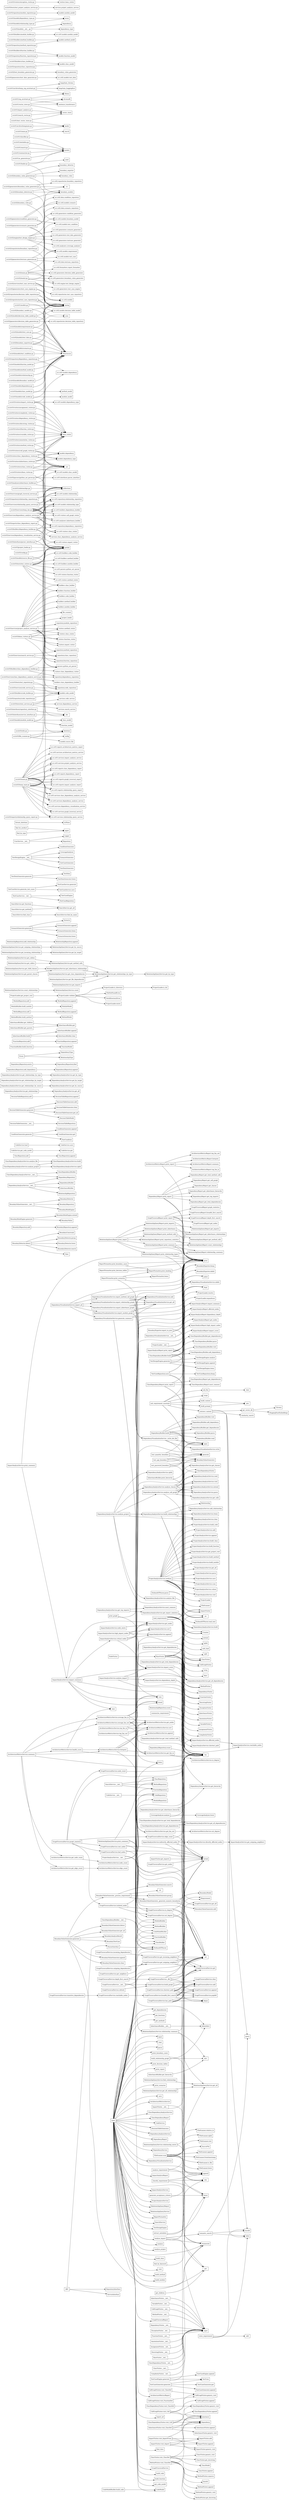
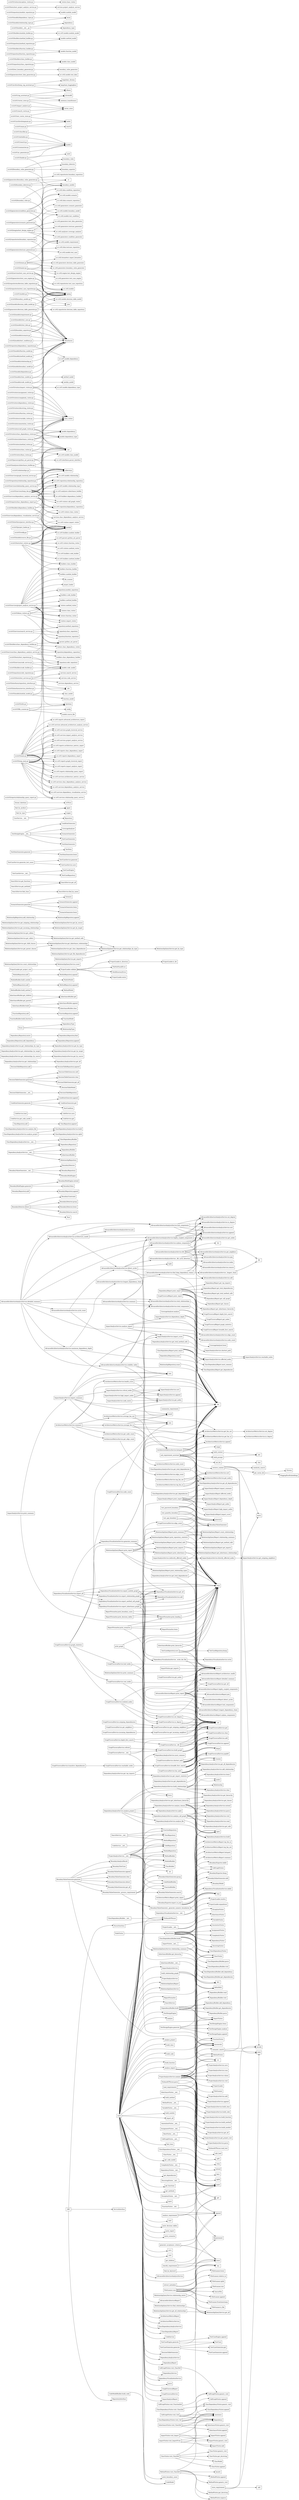
digraph "Relationship Graph" {
    rankdir=LR;
    node [shape=box];

    "ABC" -> "ParserInterface";
    "ABC" -> "RepositoryInterface";
    "ABC" -> "ServiceInterface";
+     "AdvancedArchitectureAnalysisService._dfs_cycle_detection" -> "AdvancedArchitectureAnalysisService.add";
+     "AdvancedArchitectureAnalysisService._dfs_cycle_detection" -> "AdvancedArchitectureAnalysisService.append";
+     "AdvancedArchitectureAnalysisService._dfs_cycle_detection" -> "AdvancedArchitectureAnalysisService.get_neighbors";
+     "AdvancedArchitectureAnalysisService._dfs_cycle_detection" -> "AdvancedArchitectureAnalysisService.index";
+     "AdvancedArchitectureAnalysisService._dfs_cycle_detection" -> "AdvancedArchitectureAnalysisService.pop";
+     "AdvancedArchitectureAnalysisService._dfs_cycle_detection" -> "AdvancedArchitectureAnalysisService.remove";
+     "AdvancedArchitectureAnalysisService._longest_chain" -> "dfs";
+     "AdvancedArchitectureAnalysisService.architecture_smells" -> "AdvancedArchitectureAnalysisService.append";
+     "AdvancedArchitectureAnalysisService.architecture_smells" -> "AdvancedArchitectureAnalysisService.detect_cycles";
+     "AdvancedArchitectureAnalysisService.architecture_smells" -> "AdvancedArchitectureAnalysisService.highly_coupled_components";
+     "AdvancedArchitectureAnalysisService.architecture_smells" -> "AdvancedArchitectureAnalysisService.hub_components";
+     "AdvancedArchitectureAnalysisService.architecture_smells" -> "AdvancedArchitectureAnalysisService.join";
+     "AdvancedArchitectureAnalysisService.cycle_count" -> "AdvancedArchitectureAnalysisService.detect_cycles";
+     "AdvancedArchitectureAnalysisService.cycle_count" -> "len";
+     "AdvancedArchitectureAnalysisService.detailed_summary" -> "AdvancedArchitectureAnalysisService.architecture_smells";
+     "AdvancedArchitectureAnalysisService.detailed_summary" -> "AdvancedArchitectureAnalysisService.cycle_count";
+     "AdvancedArchitectureAnalysisService.detailed_summary" -> "AdvancedArchitectureAnalysisService.highly_coupled_components";
+     "AdvancedArchitectureAnalysisService.detailed_summary" -> "AdvancedArchitectureAnalysisService.hub_components";
+     "AdvancedArchitectureAnalysisService.detailed_summary" -> "AdvancedArchitectureAnalysisService.maximum_dependency_depth";
+     "AdvancedArchitectureAnalysisService.detailed_summary" -> "AdvancedArchitectureAnalysisService.orphan_components";
+     "AdvancedArchitectureAnalysisService.detailed_summary" -> "AdvancedArchitectureAnalysisService.stability_index";
+     "AdvancedArchitectureAnalysisService.detailed_summary" -> "AdvancedArchitectureAnalysisService.total_components";
+     "AdvancedArchitectureAnalysisService.detailed_summary" -> "AdvancedArchitectureAnalysisService.total_relationships";
+     "AdvancedArchitectureAnalysisService.detailed_summary" -> "len";
+     "AdvancedArchitectureAnalysisService.detect_cycles" -> "AdvancedArchitectureAnalysisService._dfs_cycle_detection";
+     "AdvancedArchitectureAnalysisService.detect_cycles" -> "AdvancedArchitectureAnalysisService.add";
+     "AdvancedArchitectureAnalysisService.detect_cycles" -> "AdvancedArchitectureAnalysisService.append";
+     "AdvancedArchitectureAnalysisService.detect_cycles" -> "AdvancedArchitectureAnalysisService.get_nodes";
+     "AdvancedArchitectureAnalysisService.detect_cycles" -> "set";
+     "AdvancedArchitectureAnalysisService.detect_cycles" -> "sorted";
+     "AdvancedArchitectureAnalysisService.detect_cycles" -> "tuple";
+     "AdvancedArchitectureAnalysisService.dfs" -> "AdvancedArchitectureAnalysisService.append";
+     "AdvancedArchitectureAnalysisService.dfs" -> "AdvancedArchitectureAnalysisService.get_neighbors";
+     "AdvancedArchitectureAnalysisService.dfs" -> "AdvancedArchitectureAnalysisService.pop";
+     "AdvancedArchitectureAnalysisService.dfs" -> "dfs";
+     "AdvancedArchitectureAnalysisService.dfs" -> "len";
+     "AdvancedArchitectureAnalysisService.dfs" -> "list";
+     "AdvancedArchitectureAnalysisService.find_deep_dependency_chains" -> "AdvancedArchitectureAnalysisService._longest_chain";
+     "AdvancedArchitectureAnalysisService.find_deep_dependency_chains" -> "AdvancedArchitectureAnalysisService.append";
+     "AdvancedArchitectureAnalysisService.find_deep_dependency_chains" -> "AdvancedArchitectureAnalysisService.get_nodes";
+     "AdvancedArchitectureAnalysisService.find_deep_dependency_chains" -> "AdvancedArchitectureAnalysisService.sort";
+     "AdvancedArchitectureAnalysisService.find_deep_dependency_chains" -> "len";
+     "AdvancedArchitectureAnalysisService.highly_coupled_components" -> "AdvancedArchitectureAnalysisService.append";
+     "AdvancedArchitectureAnalysisService.highly_coupled_components" -> "AdvancedArchitectureAnalysisService.get_nodes";
+     "AdvancedArchitectureAnalysisService.highly_coupled_components" -> "AdvancedArchitectureAnalysisService.in_degree";
+     "AdvancedArchitectureAnalysisService.highly_coupled_components" -> "AdvancedArchitectureAnalysisService.out_degree";
+     "AdvancedArchitectureAnalysisService.highly_coupled_components" -> "AdvancedArchitectureAnalysisService.sort";
+     "AdvancedArchitectureAnalysisService.hub_components" -> "AdvancedArchitectureAnalysisService.append";
+     "AdvancedArchitectureAnalysisService.hub_components" -> "AdvancedArchitectureAnalysisService.get_nodes";
+     "AdvancedArchitectureAnalysisService.hub_components" -> "AdvancedArchitectureAnalysisService.in_degree";
+     "AdvancedArchitectureAnalysisService.hub_components" -> "AdvancedArchitectureAnalysisService.out_degree";
+     "AdvancedArchitectureAnalysisService.hub_components" -> "AdvancedArchitectureAnalysisService.sort";
+     "AdvancedArchitectureAnalysisService.longest_dependency_chain" -> "AdvancedArchitectureAnalysisService.find_deep_dependency_chains";
+     "AdvancedArchitectureAnalysisService.maximum_dependency_depth" -> "AdvancedArchitectureAnalysisService.longest_dependency_chain";
+     "AdvancedArchitectureAnalysisService.maximum_dependency_depth" -> "len";
+     "AdvancedArchitectureAnalysisService.maximum_dependency_depth" -> "max";
+     "AdvancedArchitectureAnalysisService.orphan_components" -> "AdvancedArchitectureAnalysisService.append";
+     "AdvancedArchitectureAnalysisService.orphan_components" -> "AdvancedArchitectureAnalysisService.get_nodes";
+     "AdvancedArchitectureAnalysisService.orphan_components" -> "AdvancedArchitectureAnalysisService.in_degree";
+     "AdvancedArchitectureAnalysisService.orphan_components" -> "AdvancedArchitectureAnalysisService.out_degree";
+     "AdvancedArchitectureAnalysisService.orphan_components" -> "sorted";
+     "AdvancedArchitectureAnalysisService.stability_index" -> "AdvancedArchitectureAnalysisService.highly_coupled_components";
+     "AdvancedArchitectureAnalysisService.stability_index" -> "AdvancedArchitectureAnalysisService.total_components";
+     "AdvancedArchitectureAnalysisService.stability_index" -> "len";
+     "AdvancedArchitectureAnalysisService.stability_index" -> "max";
+     "AdvancedArchitectureAnalysisService.stability_index" -> "round";
+     "AdvancedArchitectureAnalysisService.summary" -> "AdvancedArchitectureAnalysisService.highly_coupled_components";
+     "AdvancedArchitectureAnalysisService.summary" -> "AdvancedArchitectureAnalysisService.orphan_components";
+     "AdvancedArchitectureAnalysisService.summary" -> "AdvancedArchitectureAnalysisService.total_components";
+     "AdvancedArchitectureAnalysisService.summary" -> "AdvancedArchitectureAnalysisService.total_relationships";
+     "AdvancedArchitectureAnalysisService.summary" -> "len";
+     "AdvancedArchitectureAnalysisService.total_components" -> "AdvancedArchitectureAnalysisService.node_count";
+     "AdvancedArchitectureAnalysisService.total_relationships" -> "AdvancedArchitectureAnalysisService.edge_count";
+     "AdvancedArchitectureReport.print_report" -> "AdvancedArchitectureReport.architecture_smells";
+     "AdvancedArchitectureReport.print_report" -> "AdvancedArchitectureReport.detailed_summary";
+     "AdvancedArchitectureReport.print_report" -> "AdvancedArchitectureReport.detect_cycles";
+     "AdvancedArchitectureReport.print_report" -> "AdvancedArchitectureReport.highly_coupled_components";
+     "AdvancedArchitectureReport.print_report" -> "AdvancedArchitectureReport.hub_components";
+     "AdvancedArchitectureReport.print_report" -> "AdvancedArchitectureReport.join";
+     "AdvancedArchitectureReport.print_report" -> "AdvancedArchitectureReport.longest_dependency_chain";
+     "AdvancedArchitectureReport.print_report" -> "AdvancedArchitectureReport.orphan_components";
+     "AdvancedArchitectureReport.print_report" -> "print";
    "AnnotationVisitor.__init__" -> "super";
    "ArchitectureMetricsReport.print_report" -> "ArchitectureMetricsReport.hotspots";
    "ArchitectureMetricsReport.print_report" -> "ArchitectureMetricsReport.summary";
    "ArchitectureMetricsReport.print_report" -> "ArchitectureMetricsReport.top_fan_in";
    "ArchitectureMetricsReport.print_report" -> "ArchitectureMetricsReport.top_fan_out";
    "ArchitectureMetricsReport.print_report" -> "print";
    "ArchitectureMetricsService.average_fan_in" -> "ArchitectureMetricsService.get_fan_in";
    "ArchitectureMetricsService.average_fan_in" -> "ArchitectureMetricsService.get_nodes";
    "ArchitectureMetricsService.average_fan_in" -> "len";
    "ArchitectureMetricsService.average_fan_in" -> "round";
    "ArchitectureMetricsService.average_fan_in" -> "sum";
    "ArchitectureMetricsService.average_fan_out" -> "ArchitectureMetricsService.get_fan_out";
    "ArchitectureMetricsService.average_fan_out" -> "ArchitectureMetricsService.get_nodes";
    "ArchitectureMetricsService.average_fan_out" -> "len";
    "ArchitectureMetricsService.average_fan_out" -> "round";
    "ArchitectureMetricsService.average_fan_out" -> "sum";
    "ArchitectureMetricsService.get_edge_count" -> "ArchitectureMetricsService.edge_count";
    "ArchitectureMetricsService.get_fan_in" -> "ArchitectureMetricsService.in_degree";
    "ArchitectureMetricsService.get_fan_out" -> "ArchitectureMetricsService.out_degree";
    "ArchitectureMetricsService.get_node_count" -> "ArchitectureMetricsService.node_count";
    "ArchitectureMetricsService.health_score" -> "ArchitectureMetricsService.hotspots";
    "ArchitectureMetricsService.health_score" -> "len";
    "ArchitectureMetricsService.health_score" -> "max";
    "ArchitectureMetricsService.hotspots" -> "ArchitectureMetricsService.append";
    "ArchitectureMetricsService.hotspots" -> "ArchitectureMetricsService.get_fan_in";
    "ArchitectureMetricsService.hotspots" -> "ArchitectureMetricsService.get_fan_out";
    "ArchitectureMetricsService.hotspots" -> "ArchitectureMetricsService.get_nodes";
    "ArchitectureMetricsService.hotspots" -> "ArchitectureMetricsService.sort";
    "ArchitectureMetricsService.summary" -> "ArchitectureMetricsService.average_fan_in";
    "ArchitectureMetricsService.summary" -> "ArchitectureMetricsService.average_fan_out";
    "ArchitectureMetricsService.summary" -> "ArchitectureMetricsService.get_edge_count";
    "ArchitectureMetricsService.summary" -> "ArchitectureMetricsService.get_node_count";
    "ArchitectureMetricsService.summary" -> "ArchitectureMetricsService.health_score";
    "ArchitectureMetricsService.summary" -> "ArchitectureMetricsService.hotspots";
    "ArchitectureMetricsService.summary" -> "len";
    "ArchitectureMetricsService.top_fan_in" -> "ArchitectureMetricsService.get_fan_in";
    "ArchitectureMetricsService.top_fan_in" -> "ArchitectureMetricsService.get_nodes";
    "ArchitectureMetricsService.top_fan_in" -> "ArchitectureMetricsService.sort";
    "ArchitectureMetricsService.top_fan_out" -> "ArchitectureMetricsService.get_fan_out";
    "ArchitectureMetricsService.top_fan_out" -> "ArchitectureMetricsService.get_nodes";
    "ArchitectureMetricsService.top_fan_out" -> "ArchitectureMetricsService.sort";
    "AssignmentVisitor.__init__" -> "super";
    "BaseVisitor" -> "AnnotationVisitor";
    "BaseVisitor" -> "AssignmentVisitor";
    "BaseVisitor" -> "CallGraphVisitor";
    "BaseVisitor" -> "ClassDependencyVisitor";
    "BaseVisitor" -> "ClassVisitor";
    "BaseVisitor" -> "ComplexityVisitor";
    "BaseVisitor" -> "DependencyVisitor";
    "BaseVisitor" -> "DocstringVisitor";
    "BaseVisitor" -> "ExceptionVisitor";
    "BaseVisitor" -> "FunctionVisitor";
    "BaseVisitor" -> "ImportVisitor";
    "BaseVisitor" -> "InheritanceVisitor";
    "BaseVisitor" -> "MethodVisitor";
    "BaseVisitor" -> "VariableVisitor";
    "BaseVisitor.__init__" -> "super";
    "BoundaryDetector.detect" -> "BoundaryConstraint";
    "BoundaryDetector.detect" -> "BoundaryDetector.group";
    "BoundaryDetector.detect" -> "BoundaryDetector.lower";
    "BoundaryDetector.detect" -> "BoundaryDetector.search";
    "BoundaryDetector.detect" -> "float";
    "BoundaryExporter.export_to_json" -> "BoundaryExporter.dump";
    "BoundaryExporter.export_to_json" -> "BoundaryExporter.mkdir";
    "BoundaryExporter.export_to_json" -> "Path";
    "BoundaryExporter.export_to_json" -> "asdict";
    "BoundaryExporter.export_to_json" -> "open";
    "BoundaryExporter.export_to_json" -> "print";
    "BoundaryRepository.add" -> "BoundaryRepository.append";
    "BoundaryRuleEngine.generate" -> "BoundaryRuleEngine.extend";
    "BoundaryRuleEngine.generate" -> "BoundaryValue";
    "BoundaryValueGenerator.__init__" -> "BoundaryDetector";
    "BoundaryValueGenerator.__init__" -> "BoundaryRepository";
    "BoundaryValueGenerator.__init__" -> "BoundaryRuleEngine";
    "BoundaryValueGenerator._generate_numeric_boundaries" -> "BoundaryModel";
    "BoundaryValueGenerator._generate_numeric_boundaries" -> "BoundaryValueGenerator.add";
    "BoundaryValueGenerator._generate_numeric_boundaries" -> "str";
    "BoundaryValueGenerator._process_requirement" -> "BoundaryValueGenerator._generate_numeric_boundaries";
    "BoundaryValueGenerator._process_requirement" -> "BoundaryValueGenerator.group";
    "BoundaryValueGenerator._process_requirement" -> "BoundaryValueGenerator.search";
    "BoundaryValueGenerator._process_requirement" -> "int";
    "BoundaryValueGenerator.generate" -> "BoundaryAnalysisResult";
    "BoundaryValueGenerator.generate" -> "BoundaryTestCase";
    "BoundaryValueGenerator.generate" -> "BoundaryValueGenerator._process_requirement";
    "BoundaryValueGenerator.generate" -> "BoundaryValueGenerator.append";
    "BoundaryValueGenerator.generate" -> "BoundaryValueGenerator.clear";
    "BoundaryValueGenerator.generate" -> "BoundaryValueGenerator.detect";
    "BoundaryValueGenerator.generate" -> "BoundaryValueGenerator.get_all";
    "BoundaryValueGenerator.generate" -> "enumerate";
    "CallGraphVisitor.__init__" -> "super";
    "CallGraphVisitor.visit_Call" -> "CallGraphVisitor.append";
    "CallGraphVisitor.visit_Call" -> "CallGraphVisitor.generic_visit";
    "CallGraphVisitor.visit_Call" -> "Dependency";
    "CallGraphVisitor.visit_Call" -> "isinstance";
    "CallGraphVisitor.visit_ClassDef" -> "CallGraphVisitor.generic_visit";
    "CallGraphVisitor.visit_FunctionDef" -> "CallGraphVisitor.generic_visit";
    "ClassDependencyAnalysisService.__init__" -> "ClassDependencyBuilder";
    "ClassDependencyAnalysisService.__init__" -> "DependencyRepository";
    "ClassDependencyAnalysisService.analyze_file" -> "ClassDependencyAnalysisService.build";
    "ClassDependencyAnalysisService.analyze_project" -> "ClassDependencyAnalysisService.build";
    "ClassDependencyAnalysisService.analyze_project" -> "ClassDependencyAnalysisService.rglob";
    "ClassDependencyAnalysisService.get_dependencies" -> "ClassDependencyAnalysisService.get_all_dependencies";
    "ClassDependencyAnalysisService.get_total_dependencies" -> "ClassDependencyAnalysisService.get_all_dependencies";
    "ClassDependencyAnalysisService.get_total_dependencies" -> "len";
    "ClassDependencyBuilder.__init__" -> "PythonASTParser";
    "ClassDependencyBuilder.build" -> "ClassDependencyBuilder.add_dependency";
    "ClassDependencyBuilder.build" -> "ClassDependencyBuilder.get_dependencies";
    "ClassDependencyBuilder.build" -> "ClassDependencyBuilder.parse";
    "ClassDependencyBuilder.build" -> "ClassDependencyBuilder.visit";
    "ClassDependencyBuilder.build" -> "ClassDependencyVisitor";
    "ClassDependencyReport.print_report" -> "ClassDependencyReport.get_dependencies";
    "ClassDependencyReport.print_report" -> "ClassDependencyReport.most_common";
    "ClassDependencyReport.print_report" -> "Counter";
    "ClassDependencyReport.print_report" -> "len";
    "ClassDependencyReport.print_report" -> "print";
    "ClassDependencyVisitor.__init__" -> "super";
    "ClassDependencyVisitor.visit_Call" -> "ClassDependencyVisitor.append";
    "ClassDependencyVisitor.visit_Call" -> "ClassDependencyVisitor.generic_visit";
    "ClassDependencyVisitor.visit_Call" -> "Dependency";
    "ClassDependencyVisitor.visit_Call" -> "isinstance";
    "ClassDependencyVisitor.visit_ClassDef" -> "ClassDependencyVisitor.generic_visit";
    "ClassRepository.add" -> "ClassRepository.append";
    "ClassVisitor.__init__" -> "super";
    "ClassVisitor.visit_ClassDef" -> "ClassModel";
    "ClassVisitor.visit_ClassDef" -> "ClassVisitor.append";
    "ClassVisitor.visit_ClassDef" -> "ClassVisitor.generic_visit";
    "ClassVisitor.visit_ClassDef" -> "ClassVisitor.get_docstring";
    "ClassVisitor.visit_ClassDef" -> "isinstance";
    "CodeModelBuilder.build_code" -> "CodeModel";
    "CodeService.__init__" -> "CodeRepository";
    "CodeService.get_code_model" -> "CodeService.get";
    "CodeService.load" -> "CodeService.save";
    "ComplexityVisitor.__init__" -> "super";
    "ConditionGenerator.generate" -> "ConditionGenerator.append";
    "ConditionGenerator.generate" -> "ConditionGenerator.get";
    "ConditionGenerator.generate" -> "TestCondition";
    "CoverageAnalyzer.analyze" -> "CoverageAnalyzer.lower";
    "CoverageAnalyzer.analyze" -> "len";
    "DecisionTableGenerator.__init__" -> "DecisionTableRepository";
    "DecisionTableGenerator.generate" -> "DecisionTableGenerator.add";
    "DecisionTableGenerator.generate" -> "DecisionTableGenerator.clear";
    "DecisionTableGenerator.generate" -> "DecisionTableGenerator.get_all";
    "DecisionTableGenerator.generate" -> "DecisionTableModel";
    "DecisionTableRepository.add" -> "DecisionTableRepository.append";
    "DependencyAnalysisService.__init__" -> "DependencyBuilder";
    "DependencyAnalysisService.__init__" -> "DependencyRepository";
    "DependencyAnalysisService.__init__" -> "InheritanceBuilder";
    "DependencyAnalysisService.__init__" -> "RelationshipRepository";
    "DependencyAnalysisService.analyze_call_graph" -> "CallGraphVisitor";
    "DependencyAnalysisService.analyze_call_graph" -> "DependencyAnalysisService.extend";
    "DependencyAnalysisService.analyze_call_graph" -> "DependencyAnalysisService.get_calls";
    "DependencyAnalysisService.analyze_call_graph" -> "DependencyAnalysisService.parse";
    "DependencyAnalysisService.analyze_call_graph" -> "DependencyAnalysisService.read";
    "DependencyAnalysisService.analyze_call_graph" -> "DependencyAnalysisService.visit";
    "DependencyAnalysisService.analyze_call_graph" -> "open";
    "DependencyAnalysisService.analyze_classes" -> "ClassVisitor";
    "DependencyAnalysisService.analyze_classes" -> "DependencyAnalysisService.extend";
    "DependencyAnalysisService.analyze_classes" -> "DependencyAnalysisService.get_classes";
    "DependencyAnalysisService.analyze_classes" -> "DependencyAnalysisService.parse";
    "DependencyAnalysisService.analyze_classes" -> "DependencyAnalysisService.read";
    "DependencyAnalysisService.analyze_classes" -> "DependencyAnalysisService.visit";
    "DependencyAnalysisService.analyze_classes" -> "open";
    "DependencyAnalysisService.analyze_file" -> "DependencyAnalysisService.build";
    "DependencyAnalysisService.analyze_project" -> "DependencyAnalysisService.analyze_call_graph";
    "DependencyAnalysisService.analyze_project" -> "DependencyAnalysisService.analyze_classes";
    "DependencyAnalysisService.analyze_project" -> "DependencyAnalysisService.analyze_file";
    "DependencyAnalysisService.analyze_project" -> "DependencyAnalysisService.build";
    "DependencyAnalysisService.analyze_project" -> "DependencyAnalysisService.build_relationships";
    "DependencyAnalysisService.analyze_project" -> "DependencyAnalysisService.clear";
    "DependencyAnalysisService.analyze_project" -> "DependencyAnalysisService.rglob";
    "DependencyAnalysisService.build_relationships" -> "DependencyAnalysisService.add_relationship";
    "DependencyAnalysisService.build_relationships" -> "DependencyAnalysisService.clear";
    "DependencyAnalysisService.build_relationships" -> "DependencyAnalysisService.get_all_dependencies";
    "DependencyAnalysisService.build_relationships" -> "DependencyAnalysisService.get_hierarchy";
    "DependencyAnalysisService.build_relationships" -> "DependencyAnalysisService.items";
    "DependencyAnalysisService.build_relationships" -> "Relationship";
    "DependencyAnalysisService.get_dependencies" -> "DependencyAnalysisService.get_all_dependencies";
    "DependencyAnalysisService.get_import_statistics" -> "Counter";
    "DependencyAnalysisService.get_import_statistics" -> "DependencyAnalysisService.get_all_dependencies";
    "DependencyAnalysisService.get_inheritance_hierarchy" -> "DependencyAnalysisService.get_hierarchy";
    "DependencyAnalysisService.get_relationships" -> "DependencyAnalysisService.get_all";
    "DependencyAnalysisService.get_relationships_by_source" -> "DependencyAnalysisService.get_by_source";
    "DependencyAnalysisService.get_relationships_by_target" -> "DependencyAnalysisService.get_by_target";
    "DependencyAnalysisService.get_relationships_by_type" -> "DependencyAnalysisService.get_by_type";
    "DependencyAnalysisService.get_top_imports" -> "DependencyAnalysisService.get_import_statistics";
    "DependencyAnalysisService.get_top_imports" -> "DependencyAnalysisService.most_common";
    "DependencyAnalysisService.get_total_dependencies" -> "DependencyAnalysisService.get_all_dependencies";
    "DependencyAnalysisService.get_total_dependencies" -> "len";
    "DependencyAnalysisService.get_total_method_calls" -> "len";
    "DependencyBuilder.build" -> "DependencyBuilder.add_dependency";
    "DependencyBuilder.build" -> "DependencyBuilder.get_dependencies";
    "DependencyBuilder.build" -> "DependencyBuilder.parse";
    "DependencyBuilder.build" -> "DependencyBuilder.read";
    "DependencyBuilder.build" -> "DependencyBuilder.visit";
    "DependencyBuilder.build" -> "ImportVisitor";
    "DependencyBuilder.build" -> "open";
    "DependencyBuilder.build" -> "str";
    "DependencyReport.print_report" -> "DependencyReport.get_call_graph";
    "DependencyReport.print_report" -> "DependencyReport.get_classes";
    "DependencyReport.print_report" -> "DependencyReport.get_inheritance_hierarchy";
    "DependencyReport.print_report" -> "DependencyReport.get_top_imports";
    "DependencyReport.print_report" -> "DependencyReport.get_total_dependencies";
    "DependencyReport.print_report" -> "DependencyReport.get_total_method_calls";
    "DependencyReport.print_report" -> "len";
    "DependencyReport.print_report" -> "print";
    "DependencyReport.print_report" -> "sorted";
    "DependencyRepository.add_dependency" -> "DependencyRepository.append";
    "DependencyRepository.count" -> "len";
    "DependencyRepository.exists" -> "DependencyRepository.find";
    "DependencyVisitor.__init__" -> "super";
    "DependencyVisualizationService.__init__" -> "DependencyVisualizationService.mkdir";
    "DependencyVisualizationService.__init__" -> "Path";
    "DependencyVisualizationService._write_dot_file" -> "DependencyVisualizationService.write";
    "DependencyVisualizationService._write_dot_file" -> "open";
    "DependencyVisualizationService._write_dot_file" -> "sorted";
    "DependencyVisualizationService.export_all" -> "DependencyVisualizationService.export_inheritance_graph";
    "DependencyVisualizationService.export_all" -> "DependencyVisualizationService.export_method_call_graph";
    "DependencyVisualizationService.export_all" -> "DependencyVisualizationService.export_module_graph";
    "DependencyVisualizationService.export_all" -> "DependencyVisualizationService.export_relationship_graph";
    "DependencyVisualizationService.export_all" -> "DependencyVisualizationService.generate_summary";
    "DependencyVisualizationService.export_all" -> "print";
    "DependencyVisualizationService.export_inheritance_graph" -> "DependencyVisualizationService._write_dot_file";
    "DependencyVisualizationService.export_inheritance_graph" -> "DependencyVisualizationService.add";
    "DependencyVisualizationService.export_inheritance_graph" -> "DependencyVisualizationService.get_all";
    "DependencyVisualizationService.export_inheritance_graph" -> "print";
    "DependencyVisualizationService.export_inheritance_graph" -> "set";
    "DependencyVisualizationService.export_method_call_graph" -> "DependencyVisualizationService._write_dot_file";
    "DependencyVisualizationService.export_method_call_graph" -> "DependencyVisualizationService.add";
    "DependencyVisualizationService.export_method_call_graph" -> "DependencyVisualizationService.get_all";
    "DependencyVisualizationService.export_method_call_graph" -> "print";
    "DependencyVisualizationService.export_method_call_graph" -> "set";
    "DependencyVisualizationService.export_module_graph" -> "DependencyVisualizationService._write_dot_file";
    "DependencyVisualizationService.export_module_graph" -> "DependencyVisualizationService.add";
    "DependencyVisualizationService.export_module_graph" -> "DependencyVisualizationService.get_all";
    "DependencyVisualizationService.export_module_graph" -> "print";
    "DependencyVisualizationService.export_module_graph" -> "set";
    "DependencyVisualizationService.export_relationship_graph" -> "DependencyVisualizationService._write_dot_file";
    "DependencyVisualizationService.export_relationship_graph" -> "DependencyVisualizationService.add";
    "DependencyVisualizationService.export_relationship_graph" -> "DependencyVisualizationService.get_all";
    "DependencyVisualizationService.export_relationship_graph" -> "print";
    "DependencyVisualizationService.export_relationship_graph" -> "set";
    "DependencyVisualizationService.generate_summary" -> "DependencyVisualizationService.get_all";
    "DependencyVisualizationService.generate_summary" -> "len";
    "DependencyVisualizationService.generate_summary" -> "print";
    "DependencyVisualizationService.generate_summary" -> "sum";
    "DocstringVisitor.__init__" -> "super";
    "Enum" -> "DependencyType";
    "Enum" -> "RelationshipType";
    "ExceptionVisitor.__init__" -> "super";
    "FileScanner.scan" -> "FileScanner.append";
    "FileScanner.scan" -> "FileScanner.fromtimestamp";
    "FileScanner.scan" -> "FileScanner.is_file";
    "FileScanner.scan" -> "FileScanner.lower";
    "FileScanner.scan" -> "FileScanner.relative_to";
    "FileScanner.scan" -> "FileScanner.rglob";
    "FileScanner.scan" -> "FileScanner.stat";
    "FileScanner.scan" -> "SourceFile";
    "FileScanner.scan" -> "any";
    "FunctionBuilder.build_function" -> "FunctionModel";
    "FunctionRepository.add" -> "FunctionRepository.append";
    "FunctionVisitor.__init__" -> "super";
    "GraphTraversalReport.print_report" -> "GraphTraversalReport.breadth_first_search";
    "GraphTraversalReport.print_report" -> "GraphTraversalReport.depth_first_search";
    "GraphTraversalReport.print_report" -> "GraphTraversalReport.get_nodes";
    "GraphTraversalReport.print_report" -> "GraphTraversalReport.graph_statistics";
    "GraphTraversalReport.print_report" -> "len";
    "GraphTraversalReport.print_report" -> "print";
    "GraphTraversalService.__init__" -> "GraphTraversalService.build_graph";
    "GraphTraversalService.__init__" -> "defaultdict";
    "GraphTraversalService.__init__" -> "set";
    "GraphTraversalService._dfs" -> "GraphTraversalService.add";
    "GraphTraversalService._dfs" -> "GraphTraversalService.append";
    "GraphTraversalService._dfs" -> "GraphTraversalService.get";
    "GraphTraversalService._dfs" -> "set";
    "GraphTraversalService._dfs" -> "sorted";
    "GraphTraversalService.breadth_first_search" -> "GraphTraversalService.add";
    "GraphTraversalService.breadth_first_search" -> "GraphTraversalService.append";
    "GraphTraversalService.breadth_first_search" -> "GraphTraversalService.get";
    "GraphTraversalService.breadth_first_search" -> "GraphTraversalService.popleft";
    "GraphTraversalService.breadth_first_search" -> "deque";
    "GraphTraversalService.breadth_first_search" -> "set";
    "GraphTraversalService.breadth_first_search" -> "sorted";
    "GraphTraversalService.build_graph" -> "GraphTraversalService.add";
    "GraphTraversalService.build_graph" -> "GraphTraversalService.clear";
    "GraphTraversalService.build_graph" -> "GraphTraversalService.get_all";
    "GraphTraversalService.depth_first_search" -> "GraphTraversalService._dfs";
    "GraphTraversalService.depth_first_search" -> "set";
    "GraphTraversalService.edge_count" -> "GraphTraversalService.get_all";
    "GraphTraversalService.edge_count" -> "len";
    "GraphTraversalService.get_incoming_neighbors" -> "GraphTraversalService.get";
    "GraphTraversalService.get_incoming_neighbors" -> "set";
    "GraphTraversalService.get_incoming_neighbors" -> "sorted";
    "GraphTraversalService.get_neighbors" -> "GraphTraversalService.get_outgoing_neighbors";
    "GraphTraversalService.get_nodes" -> "sorted";
    "GraphTraversalService.get_outgoing_neighbors" -> "GraphTraversalService.get";
    "GraphTraversalService.get_outgoing_neighbors" -> "set";
    "GraphTraversalService.get_outgoing_neighbors" -> "sorted";
    "GraphTraversalService.graph_statistics" -> "GraphTraversalService.edge_count";
    "GraphTraversalService.graph_statistics" -> "GraphTraversalService.isolated_nodes";
    "GraphTraversalService.graph_statistics" -> "GraphTraversalService.leaf_nodes";
    "GraphTraversalService.graph_statistics" -> "GraphTraversalService.node_count";
    "GraphTraversalService.graph_statistics" -> "GraphTraversalService.root_nodes";
    "GraphTraversalService.graph_statistics" -> "len";
    "GraphTraversalService.has_path" -> "GraphTraversalService.add";
    "GraphTraversalService.has_path" -> "GraphTraversalService.append";
    "GraphTraversalService.has_path" -> "GraphTraversalService.get";
    "GraphTraversalService.has_path" -> "GraphTraversalService.popleft";
    "GraphTraversalService.has_path" -> "deque";
    "GraphTraversalService.has_path" -> "set";
    "GraphTraversalService.in_degree" -> "GraphTraversalService.get";
    "GraphTraversalService.in_degree" -> "len";
    "GraphTraversalService.in_degree" -> "set";
    "GraphTraversalService.incoming_dependencies" -> "GraphTraversalService.get_incoming_neighbors";
    "GraphTraversalService.isolated_nodes" -> "GraphTraversalService.in_degree";
    "GraphTraversalService.isolated_nodes" -> "GraphTraversalService.out_degree";
    "GraphTraversalService.isolated_nodes" -> "sorted";
    "GraphTraversalService.leaf_nodes" -> "GraphTraversalService.out_degree";
    "GraphTraversalService.leaf_nodes" -> "sorted";
    "GraphTraversalService.node_count" -> "len";
    "GraphTraversalService.out_degree" -> "GraphTraversalService.get";
    "GraphTraversalService.out_degree" -> "len";
    "GraphTraversalService.out_degree" -> "set";
    "GraphTraversalService.outgoing_dependencies" -> "GraphTraversalService.get_outgoing_neighbors";
    "GraphTraversalService.reachable_nodes" -> "GraphTraversalService.breadth_first_search";
    "GraphTraversalService.refresh" -> "GraphTraversalService.build_graph";
    "GraphTraversalService.root_nodes" -> "GraphTraversalService.in_degree";
    "GraphTraversalService.root_nodes" -> "sorted";
    "GraphTraversalService.shortest_path" -> "GraphTraversalService.add";
    "GraphTraversalService.shortest_path" -> "GraphTraversalService.append";
    "GraphTraversalService.shortest_path" -> "GraphTraversalService.get";
    "GraphTraversalService.shortest_path" -> "GraphTraversalService.popleft";
    "GraphTraversalService.shortest_path" -> "deque";
    "GraphTraversalService.shortest_path" -> "set";
    "GraphTraversalService.shortest_path" -> "sorted";
    "GraphTraversalService.transitive_dependencies" -> "GraphTraversalService.reachable_nodes";
    "ImpactAnalysisReport.print_report" -> "ImpactAnalysisReport.affected_nodes";
    "ImpactAnalysisReport.print_report" -> "ImpactAnalysisReport.dependency_depth";
    "ImpactAnalysisReport.print_report" -> "ImpactAnalysisReport.get_nodes";
    "ImpactAnalysisReport.print_report" -> "ImpactAnalysisReport.high_impact_nodes";
    "ImpactAnalysisReport.print_report" -> "ImpactAnalysisReport.impact_score";
    "ImpactAnalysisReport.print_report" -> "ImpactAnalysisReport.impact_summary";
    "ImpactAnalysisReport.print_report" -> "len";
    "ImpactAnalysisReport.print_report" -> "print";
    "ImpactAnalysisService.affected_nodes" -> "ImpactAnalysisService.reachable_nodes";
    "ImpactAnalysisService.analyze_impact" -> "ImpactAnalysisService.affected_nodes";
    "ImpactAnalysisService.analyze_impact" -> "ImpactAnalysisService.dependency_depth";
    "ImpactAnalysisService.analyze_impact" -> "ImpactAnalysisService.impact_score";
    "ImpactAnalysisService.analyze_impact" -> "len";
    "ImpactAnalysisService.critical_nodes" -> "ImpactAnalysisService.append";
    "ImpactAnalysisService.critical_nodes" -> "ImpactAnalysisService.get_nodes";
    "ImpactAnalysisService.critical_nodes" -> "ImpactAnalysisService.impact_score";
    "ImpactAnalysisService.critical_nodes" -> "ImpactAnalysisService.sort";
    "ImpactAnalysisService.dependency_depth" -> "ImpactAnalysisService.reachable_nodes";
    "ImpactAnalysisService.dependency_depth" -> "ImpactAnalysisService.shortest_path";
    "ImpactAnalysisService.dependency_depth" -> "len";
    "ImpactAnalysisService.directly_affected_nodes" -> "ImpactAnalysisService.get_outgoing_neighbors";
    "ImpactAnalysisService.high_impact_nodes" -> "ImpactAnalysisService.append";
    "ImpactAnalysisService.high_impact_nodes" -> "ImpactAnalysisService.get_nodes";
    "ImpactAnalysisService.high_impact_nodes" -> "ImpactAnalysisService.impact_score";
    "ImpactAnalysisService.high_impact_nodes" -> "ImpactAnalysisService.sort";
    "ImpactAnalysisService.impact_score" -> "ImpactAnalysisService.affected_nodes";
    "ImpactAnalysisService.impact_score" -> "len";
    "ImpactAnalysisService.impact_summary" -> "ImpactAnalysisService.critical_nodes";
    "ImpactAnalysisService.impact_summary" -> "ImpactAnalysisService.get_nodes";
    "ImpactAnalysisService.impact_summary" -> "ImpactAnalysisService.impact_score";
    "ImpactAnalysisService.impact_summary" -> "len";
    "ImpactAnalysisService.impact_summary" -> "max";
    "ImpactAnalysisService.impact_summary" -> "round";
    "ImpactAnalysisService.impact_summary" -> "sum";
    "ImpactAnalysisService.indirectly_affected_nodes" -> "ImpactAnalysisService.affected_nodes";
    "ImpactAnalysisService.indirectly_affected_nodes" -> "ImpactAnalysisService.directly_affected_nodes";
    "ImpactAnalysisService.indirectly_affected_nodes" -> "set";
    "ImpactAnalysisService.indirectly_affected_nodes" -> "sorted";
    "ImpactAnalysisService.node_exists" -> "ImpactAnalysisService.get_nodes";
    "ImpactAnalysisService.print_summary" -> "ImpactAnalysisService.impact_summary";
    "ImpactAnalysisService.print_summary" -> "print";
    "ImportVisitor.__init__" -> "set";
    "ImportVisitor.__init__" -> "super";
    "ImportVisitor.get_imports" -> "sorted";
    "ImportVisitor.visit_Import" -> "Dependency";
    "ImportVisitor.visit_Import" -> "ImportVisitor.add";
    "ImportVisitor.visit_Import" -> "ImportVisitor.append";
    "ImportVisitor.visit_Import" -> "ImportVisitor.generic_visit";
    "ImportVisitor.visit_ImportFrom" -> "Dependency";
    "ImportVisitor.visit_ImportFrom" -> "ImportVisitor.add";
    "ImportVisitor.visit_ImportFrom" -> "ImportVisitor.append";
    "ImportVisitor.visit_ImportFrom" -> "ImportVisitor.generic_visit";
    "InheritanceBuilder.__init__" -> "defaultdict";
    "InheritanceBuilder.build" -> "InheritanceBuilder.append";
    "InheritanceBuilder.build" -> "InheritanceBuilder.clear";
    "InheritanceBuilder.get_children" -> "InheritanceBuilder.get";
    "InheritanceBuilder.get_hierarchy" -> "dict";
    "InheritanceBuilder.get_parents" -> "InheritanceBuilder.get";
    "InheritanceBuilder.print_hierarchy" -> "print";
    "InheritanceBuilder.print_hierarchy" -> "sorted";
    "InheritanceVisitor.__init__" -> "super";
    "InheritanceVisitor.visit_ClassDef" -> "Dependency";
    "InheritanceVisitor.visit_ClassDef" -> "InheritanceVisitor.append";
    "InheritanceVisitor.visit_ClassDef" -> "InheritanceVisitor.generic_visit";
    "InheritanceVisitor.visit_ClassDef" -> "isinstance";
    "MethodBuilder.build_method" -> "MethodModel";
    "MethodRepository.add" -> "MethodRepository.append";
    "MethodVisitor.__init__" -> "super";
    "MethodVisitor.visit_ClassDef" -> "MethodVisitor.append";
    "MethodVisitor.visit_ClassDef" -> "MethodVisitor.generic_visit";
    "MethodVisitor.visit_ClassDef" -> "MethodVisitor.get_docstring";
    "MethodVisitor.visit_ClassDef" -> "MethodVisitor.unparse";
    "MethodVisitor.visit_ClassDef" -> "hasattr";
    "MethodVisitor.visit_ClassDef" -> "isinstance";
    "ModuleBuilder.build_module" -> "ModuleModel";
    "ModuleRepository.add" -> "ModuleRepository.append";
    "NodeVisitor" -> "BaseVisitor";
    "ParserInterface" -> "PythonASTParser";
    "ProjectAnalysisService.__init__" -> "ClassBuilder";
    "ProjectAnalysisService.__init__" -> "ClassRepository";
    "ProjectAnalysisService.__init__" -> "CodeModelBuilder";
    "ProjectAnalysisService.__init__" -> "CodeRepository";
    "ProjectAnalysisService.__init__" -> "FunctionBuilder";
    "ProjectAnalysisService.__init__" -> "FunctionRepository";
    "ProjectAnalysisService.__init__" -> "MethodBuilder";
    "ProjectAnalysisService.__init__" -> "MethodRepository";
    "ProjectAnalysisService.__init__" -> "ModuleBuilder";
    "ProjectAnalysisService.__init__" -> "ModuleRepository";
    "ProjectAnalysisService.__init__" -> "PythonASTParser";
    "ProjectAnalysisService.analyze" -> "ClassVisitor";
    "ProjectAnalysisService.analyze" -> "FileScanner";
    "ProjectAnalysisService.analyze" -> "FunctionVisitor";
    "ProjectAnalysisService.analyze" -> "ImportVisitor";
    "ProjectAnalysisService.analyze" -> "MethodVisitor";
    "ProjectAnalysisService.analyze" -> "ProjectAnalysisService.add";
    "ProjectAnalysisService.analyze" -> "ProjectAnalysisService.append";
    "ProjectAnalysisService.analyze" -> "ProjectAnalysisService.build_class";
    "ProjectAnalysisService.analyze" -> "ProjectAnalysisService.build_code";
    "ProjectAnalysisService.analyze" -> "ProjectAnalysisService.build_function";
    "ProjectAnalysisService.analyze" -> "ProjectAnalysisService.build_method";
    "ProjectAnalysisService.analyze" -> "ProjectAnalysisService.build_module";
    "ProjectAnalysisService.analyze" -> "ProjectAnalysisService.get_all";
    "ProjectAnalysisService.analyze" -> "ProjectAnalysisService.get_project_root";
    "ProjectAnalysisService.analyze" -> "ProjectAnalysisService.parse";
    "ProjectAnalysisService.analyze" -> "ProjectAnalysisService.save";
    "ProjectAnalysisService.analyze" -> "ProjectAnalysisService.scan";
    "ProjectAnalysisService.analyze" -> "ProjectAnalysisService.values";
    "ProjectAnalysisService.analyze" -> "ProjectAnalysisService.visit";
    "ProjectAnalysisService.analyze" -> "ProjectLoader";
    "ProjectAnalysisService.analyze" -> "str";
    "ProjectLoader.__init__" -> "Path";
    "ProjectLoader.__init__" -> "ProjectLoader.expanduser";
    "ProjectLoader.__init__" -> "ProjectLoader.resolve";
    "ProjectLoader.get_project_root" -> "ProjectLoader.validate";
    "ProjectLoader.is_directory" -> "ProjectLoader.is_dir";
    "ProjectLoader.validate" -> "FileNotFoundError";
    "ProjectLoader.validate" -> "NotADirectoryError";
    "ProjectLoader.validate" -> "ProjectLoader.exists";
    "ProjectLoader.validate" -> "ProjectLoader.is_directory";
    "PythonASTParser.parse" -> "PythonASTParser.read_text";
    "PythonASTParser.parse" -> "str";
    "RelationshipQueryReport.print_imports" -> "RelationshipQueryReport.get_imports";
    "RelationshipQueryReport.print_imports" -> "print";
    "RelationshipQueryReport.print_inheritance" -> "RelationshipQueryReport.get_inheritance_relationships";
    "RelationshipQueryReport.print_inheritance" -> "print";
    "RelationshipQueryReport.print_method_calls" -> "RelationshipQueryReport.get_method_calls";
    "RelationshipQueryReport.print_method_calls" -> "print";
    "RelationshipQueryReport.print_relationship_types" -> "RelationshipQueryReport.relationship_summary";
    "RelationshipQueryReport.print_relationship_types" -> "print";
    "RelationshipQueryReport.print_relationship_types" -> "sorted";
    "RelationshipQueryReport.print_report" -> "RelationshipQueryReport.print_imports";
    "RelationshipQueryReport.print_report" -> "RelationshipQueryReport.print_inheritance";
    "RelationshipQueryReport.print_report" -> "RelationshipQueryReport.print_method_calls";
    "RelationshipQueryReport.print_report" -> "RelationshipQueryReport.print_relationship_types";
    "RelationshipQueryReport.print_report" -> "RelationshipQueryReport.print_repository_statistics";
    "RelationshipQueryReport.print_report" -> "RelationshipQueryReport.print_summary";
    "RelationshipQueryReport.print_report" -> "print";
    "RelationshipQueryReport.print_repository_statistics" -> "RelationshipQueryReport.count_relationships";
    "RelationshipQueryReport.print_repository_statistics" -> "print";
    "RelationshipQueryReport.print_summary" -> "RelationshipQueryReport.count_relationships";
    "RelationshipQueryReport.print_summary" -> "RelationshipQueryReport.relationship_summary";
    "RelationshipQueryReport.print_summary" -> "len";
    "RelationshipQueryReport.print_summary" -> "print";
    "RelationshipQueryService.count_relationships" -> "RelationshipQueryService.count";
    "RelationshipQueryService.find_relationships" -> "RelationshipQueryService.get_all";
    "RelationshipQueryService.get_all_relationships" -> "RelationshipQueryService.get_all";
    "RelationshipQueryService.get_callees" -> "RelationshipQueryService.get_method_calls";
    "RelationshipQueryService.get_callers" -> "RelationshipQueryService.get_method_calls";
    "RelationshipQueryService.get_child_classes" -> "RelationshipQueryService.get_inheritance_relationships";
    "RelationshipQueryService.get_class_dependencies" -> "RelationshipQueryService.get_relationships_by_type";
    "RelationshipQueryService.get_file_dependencies" -> "RelationshipQueryService.get_relationships_by_type";
    "RelationshipQueryService.get_imports" -> "RelationshipQueryService.get_relationships_by_type";
    "RelationshipQueryService.get_incoming_relationships" -> "RelationshipQueryService.get_by_target";
    "RelationshipQueryService.get_inheritance_relationships" -> "RelationshipQueryService.get_relationships_by_type";
    "RelationshipQueryService.get_method_calls" -> "RelationshipQueryService.get_relationships_by_type";
    "RelationshipQueryService.get_outgoing_relationships" -> "RelationshipQueryService.get_by_source";
    "RelationshipQueryService.get_parent_classes" -> "RelationshipQueryService.get_inheritance_relationships";
    "RelationshipQueryService.get_relationships_by_type" -> "RelationshipQueryService.get_by_type";
    "RelationshipQueryService.print_summary" -> "RelationshipQueryService.relationship_summary";
    "RelationshipQueryService.print_summary" -> "print";
    "RelationshipQueryService.print_summary" -> "sorted";
    "RelationshipQueryService.relationship_exists" -> "RelationshipQueryService.get_all";
    "RelationshipQueryService.relationship_exists" -> "any";
    "RelationshipQueryService.relationship_summary" -> "Counter";
    "RelationshipQueryService.relationship_summary" -> "RelationshipQueryService.get_all";
    "RelationshipQueryService.relationship_summary" -> "dict";
    "RelationshipRepository.add_relationship" -> "RelationshipRepository.append";
    "RelationshipRepository.count" -> "len";
    "ReportFormatter.print_boundary_cases" -> "ReportFormatter.print_heading";
    "ReportFormatter.print_boundary_cases" -> "print";
    "ReportFormatter.print_decision_tables" -> "ReportFormatter.print_heading";
    "ReportFormatter.print_decision_tables" -> "print";
    "ReportFormatter.print_heading" -> "print";
    "ReportFormatter.print_scenarios" -> "ReportFormatter.items";
    "ReportFormatter.print_scenarios" -> "ReportFormatter.print_heading";
    "ReportFormatter.print_scenarios" -> "enumerate";
    "ReportFormatter.print_scenarios" -> "print";
    "ScenarioGenerator.generate" -> "Scenario";
    "ScenarioGenerator.generate" -> "ScenarioGenerator.append";
    "ScenarioGenerator.generate" -> "ScenarioGenerator.items";
    "ScenarioGenerator.generate" -> "ScenarioGenerator.lower";
    "SearchService.__init__" -> "ClassRepository";
    "SearchService.__init__" -> "FunctionRepository";
    "SearchService.__init__" -> "MethodRepository";
    "SearchService.find_class" -> "SearchService.find_by_name";
    "SearchService.get_functions" -> "SearchService.get_all";
    "SearchService.get_methods" -> "SearchService.get_all";
    "TestCaseEngine.generate" -> "TestCase";
    "TestCaseEngine.generate" -> "TestCaseEngine.append";
    "TestCaseEngine.generate" -> "enumerate";
    "TestCaseGenerator.generate" -> "TestCase";
    "TestCaseGenerator.generate" -> "TestCaseGenerator.append";
    "TestCaseGenerator.generate" -> "TestCaseGenerator.get";
    "TestCaseRepository.save" -> "TestCaseRepository.dump";
    "TestCaseRepository.save" -> "asdict";
    "TestCaseRepository.save" -> "len";
    "TestCaseRepository.save" -> "open";
    "TestCaseRepository.save" -> "print";
    "TestCaseService.__init__" -> "TestCaseEngine";
    "TestCaseService.__init__" -> "TestCaseRepository";
    "TestCaseService.generate_test_cases" -> "TestCaseService.generate";
    "TestCaseService.generate_test_cases" -> "TestCaseService.save";
    "TestDataGenerator.generate" -> "TestData";
    "TestDataGenerator.generate" -> "TestDataGenerator.lower";
    "TestDesignEngine.__init__" -> "ConditionGenerator";
    "TestDesignEngine.__init__" -> "CoverageAnalyzer";
    "TestDesignEngine.__init__" -> "ScenarioGenerator";
    "TestDesignEngine.__init__" -> "TestCaseGenerator";
    "TestDesignEngine.__init__" -> "TestDataGenerator";
    "TestDesignEngine.generate" -> "TestDesignEngine.analyze";
    "TestDesignEngine.generate" -> "TestDesignEngine.append";
    "TestDesignEngine.generate" -> "TestDesignEngine.items";
    "TestDesignEngine.generate" -> "print";
    "UserService.__init__" -> "Logger";
    "UserService.__init__" -> "Repository";
    "VariableVisitor.__init__" -> "super";
    "analyze_impact" -> "enumerate";
    "analyze_impact" -> "get";
    "analyze_impact" -> "len";
    "analyze_impact" -> "print";
    "analyze_impact" -> "semantic_search";
    "analyze_requirement" -> "append";
    "analyze_requirement" -> "len";
    "analyze_requirement" -> "lower";
    "ask_llm" -> "chat";
    "ask_requirement_assistant" -> "ask_llm";
    "ask_requirement_assistant" -> "build_context";
    "ask_requirement_assistant" -> "build_prompt";
    "ask_requirement_assistant" -> "enumerate";
    "ask_requirement_assistant" -> "len";
    "ask_requirement_assistant" -> "print";
    "ask_requirement_assistant" -> "range";
    "ask_requirement_assistant" -> "retrieve_context";
    "build_context" -> "join";
    "build_prompt" -> "join";
    "build_relationship_graph" -> "append";
    "build_relationship_graph" -> "defaultdict";
    "build_relationship_graph" -> "dict";
    "classify_requirement" -> "any";
    "classify_requirement" -> "append";
    "classify_requirement" -> "lower";
    "extract_metadata" -> "any";
    "extract_metadata" -> "lower";
    "find_by_keyword" -> "lower";
    "find_by_product" -> "upper";
    "find_by_type" -> "upper";
    "format_datetime" -> "strftime";
    "generate_acceptance_criteria" -> "append";
    "generate_acceptance_criteria" -> "lower";
    "get_children" -> "get";
    "get_vector_db" -> "Chroma";
    "get_vector_db" -> "HuggingFaceEmbeddings";
    "load_requirements" -> "Path";
    "load_requirements" -> "Requirement";
    "load_requirements" -> "append";
    "load_requirements" -> "extend";
    "load_requirements" -> "get";
    "load_requirements" -> "isinstance";
    "load_requirements" -> "keys";
    "load_requirements" -> "open";
    "load_requirements" -> "rglob";
    "load_requirements" -> "safe_load";
    "load_requirements" -> "split";
    "load_requirements" -> "strip";
+     "main" -> "AdvancedArchitectureAnalysisService";
+     "main" -> "AdvancedArchitectureReport";
    "main" -> "ArchitectureMetricsReport";
    "main" -> "ArchitectureMetricsService";
    "main" -> "BoundaryValueGenerator";
    "main" -> "ClassBuilder";
    "main" -> "ClassDependencyAnalysisService";
    "main" -> "ClassDependencyReport";
    "main" -> "ClassVisitor";
    "main" -> "CodeModel";
    "main" -> "CodeModelBuilder";
    "main" -> "CodeRepository";
    "main" -> "CodeService";
    "main" -> "DecisionTableGenerator";
    "main" -> "DependencyAnalysisService";
    "main" -> "DependencyReport";
    "main" -> "DependencyService";
    "main" -> "DependencyVisualizationService";
    "main" -> "FunctionBuilder";
    "main" -> "FunctionVisitor";
    "main" -> "GraphTraversalReport";
    "main" -> "GraphTraversalService";
    "main" -> "ImpactAnalysisReport";
    "main" -> "ImpactAnalysisService";
    "main" -> "ImportVisitor";
    "main" -> "MethodBuilder";
    "main" -> "MethodVisitor";
    "main" -> "ModuleBuilder";
    "main" -> "Path";
    "main" -> "ProjectAnalysisService";
    "main" -> "PythonASTParser";
    "main" -> "RelationshipQueryReport";
    "main" -> "RelationshipQueryService";
    "main" -> "ReportFormatter";
    "main" -> "Requirement";
    "main" -> "SearchService";
    "main" -> "TestDesignEngine";
    "main" -> "analyze";
    "main" -> "analyze_impact";
    "main" -> "analyze_project";
    "main" -> "append";
    "main" -> "build_class";
    "main" -> "build_code";
    "main" -> "build_function";
    "main" -> "build_method";
    "main" -> "build_module";
    "main" -> "enumerate";
    "main" -> "export_all";
    "main" -> "find_class";
    "main" -> "generate";
    "main" -> "get";
    "main" -> "get_code_model";
    "main" -> "get_dependencies";
    "main" -> "get_functions";
    "main" -> "get_methods";
    "main" -> "input";
    "main" -> "items";
    "main" -> "len";
    "main" -> "load";
    "main" -> "parse";
    "main" -> "print";
    "main" -> "print_boundary_cases";
    "main" -> "print_decision_tables";
    "main" -> "print_report";
    "main" -> "print_scenarios";
    "main" -> "save";
    "main" -> "sorted";
    "main" -> "visit";
    "print_graph" -> "items";
    "print_graph" -> "print";
    "retrieve_context" -> "encode";
    "retrieve_context" -> "get_vector_db";
    "retrieve_context" -> "query";
    "retrieve_context" -> "similarity_search";
    "retrieve_context" -> "tolist";
    "semantic_search" -> "encode";
    "semantic_search" -> "query";
    "semantic_search" -> "tolist";
    "src/ic01/ac_generator.py" -> "models";
    "src/ic01/archive/temp_rag_assistant.py" -> "langchain_chroma";
    "src/ic01/archive/temp_rag_assistant.py" -> "langchain_huggingface";
    "src/ic01/archive/temp_rag_assistant.py" -> "ollama";
    "src/ic01/archive/tempmain.py" -> "loader";
    "src/ic01/classifier.py" -> "models";
    "src/ic01/impact_analysis.py" -> "vector_store";
    "src/ic01/loader.py" -> "models";
    "src/ic01/loader.py" -> "pathlib";
    "src/ic01/loader.py" -> "yaml";
    "src/ic01/main.py" -> "loader";
    "src/ic01/main.py" -> "search";
    "src/ic01/metadata.py" -> "models";
    "src/ic01/models.py" -> "dataclasses";
    "src/ic01/models.py" -> "typing";
    "src/ic01/rag_assistant.py" -> "chromadb";
    "src/ic01/rag_assistant.py" -> "ollama";
    "src/ic01/rag_assistant.py" -> "sentence_transformers";
    "src/ic01/relationships.py" -> "collections";
    "src/ic01/search.py" -> "models";
    "src/ic01/search_vector.py" -> "vector_store";
    "src/ic01/summarizer.py" -> "models";
    "src/ic01/test_vector_store.py" -> "loader";
    "src/ic01/test_vector_store.py" -> "vector_store";
    "src/ic01/vector_store.py" -> "chromadb";
    "src/ic01/vector_store.py" -> "sentence_transformers";
    "src/ic01/vector_store.py" -> "vector_store";
    "src/ic02/boundary_detector.py" -> "boundary_models";
    "src/ic02/boundary_detector.py" -> "re";
    "src/ic02/boundary_detector.py" -> "typing";
    "src/ic02/boundary_exporter.py" -> "boundary_models";
    "src/ic02/boundary_exporter.py" -> "dataclasses";
    "src/ic02/boundary_exporter.py" -> "json";
    "src/ic02/boundary_exporter.py" -> "pathlib";
    "src/ic02/boundary_models.py" -> "dataclasses";
    "src/ic02/boundary_models.py" -> "typing";
    "src/ic02/boundary_rules.py" -> "boundary_models";
    "src/ic02/boundary_rules.py" -> "typing";
    "src/ic02/boundary_value_generator.py" -> "boundary_detector";
    "src/ic02/boundary_value_generator.py" -> "boundary_exporter";
    "src/ic02/boundary_value_generator.py" -> "boundary_models";
    "src/ic02/boundary_value_generator.py" -> "boundary_rules";
    "src/ic02/engine/test_design_engine.py" -> "src.ic02.analyzers.coverage_analyzer";
    "src/ic02/engine/test_design_engine.py" -> "src.ic02.generators.condition_generator";
    "src/ic02/engine/test_design_engine.py" -> "src.ic02.generators.scenario_generator";
    "src/ic02/engine/test_design_engine.py" -> "src.ic02.generators.test_data_generator";
    "src/ic02/engine/test_design_engine.py" -> "src.ic02.generators.testcase_generator";
    "src/ic02/engine/test_design_engine.py" -> "src.ic02.models.requirement";
    "src/ic02/generators/boundary_value_generator.py" -> "re";
    "src/ic02/generators/boundary_value_generator.py" -> "src.ic02.models.boundary_model";
    "src/ic02/generators/boundary_value_generator.py" -> "src.ic02.repositories.boundary_repository";
    "src/ic02/generators/condition_generator.py" -> "src.ic02.data.condition_repository";
    "src/ic02/generators/condition_generator.py" -> "src.ic02.models.scenario";
    "src/ic02/generators/condition_generator.py" -> "src.ic02.models.test_condition";
    "src/ic02/generators/condition_generator.py" -> "typing";
    "src/ic02/generators/decision_table_generator.py" -> "src.ic02.models.decision_table_model";
    "src/ic02/generators/decision_table_generator.py" -> "src.ic02.repositories.decision_table_repository";
    "src/ic02/generators/scenario_generator.py" -> "src.ic02.data.scenario_repository";
    "src/ic02/generators/scenario_generator.py" -> "src.ic02.models.requirement";
    "src/ic02/generators/scenario_generator.py" -> "src.ic02.models.scenario";
    "src/ic02/generators/scenario_generator.py" -> "typing";
    "src/ic02/generators/test_case_engine.py" -> "src.ic02.models";
    "src/ic02/generators/test_case_engine.py" -> "typing";
    "src/ic02/generators/test_data_generator.py" -> "src.ic02.models.test_data";
    "src/ic02/generators/testcase_generator.py" -> "src.ic02.data.testcase_repository";
    "src/ic02/generators/testcase_generator.py" -> "src.ic02.models.test_case";
    "src/ic02/generators/testcase_generator.py" -> "src.ic02.models.test_condition";
    "src/ic02/generators/testcase_generator.py" -> "typing";
    "src/ic02/main.py" -> "src.ic02.engine.test_design_engine";
    "src/ic02/main.py" -> "src.ic02.formatters.report_formatter";
    "src/ic02/main.py" -> "src.ic02.generators.boundary_value_generator";
    "src/ic02/main.py" -> "src.ic02.generators.decision_table_generator";
    "src/ic02/main.py" -> "src.ic02.models.requirement";
    "src/ic02/main2.py" -> "src.ic02.engine.test_design_engine";
    "src/ic02/main2.py" -> "src.ic02.generators.boundary_value_generator";
    "src/ic02/main2.py" -> "src.ic02.models.requirement";
    "src/ic02/models/boundary_model.py" -> "dataclasses";
    "src/ic02/models/decision_table_model.py" -> "dataclasses";
    "src/ic02/models/decision_table_model.py" -> "typing";
    "src/ic02/models/requirement.py" -> "dataclasses";
    "src/ic02/models/requirement.py" -> "typing";
    "src/ic02/models/scenario.py" -> "dataclasses";
    "src/ic02/models/test_case.py" -> "dataclasses";
    "src/ic02/models/test_case.py" -> "typing";
    "src/ic02/models/test_condition.py" -> "dataclasses";
    "src/ic02/models/test_data.py" -> "dataclasses";
    "src/ic02/models/test_data.py" -> "typing";
    "src/ic02/repositories/boundary_repository.py" -> "src.ic02.models.boundary_model";
    "src/ic02/repositories/boundary_repository.py" -> "typing";
    "src/ic02/repositories/decision_table_repository.py" -> "src.ic02.models.decision_table_model";
    "src/ic02/repositories/decision_table_repository.py" -> "typing";
    "src/ic02/repositories/test_case_repository.py" -> "dataclasses";
    "src/ic02/repositories/test_case_repository.py" -> "json";
    "src/ic02/repositories/test_case_repository.py" -> "src.ic02.models";
    "src/ic02/repositories/test_case_repository.py" -> "typing";
    "src/ic02/services/test_case_service.py" -> "src.ic02.generators.test_case_engine";
    "src/ic02/services/test_case_service.py" -> "src.ic02.models";
    "src/ic02/services/test_case_service.py" -> "src.ic02.repositories.test_case_repository";
    "src/ic02/services/test_case_service.py" -> "typing";
    "src/ic02/test_boundary_generator.py" -> "boundary_value_generator";
    "src/ic03/analyzers/inheritance_builder.py" -> "collections";
    "src/ic03/analyzers/inheritance_builder.py" -> "src.ic03.models.class_model";
    "src/ic03/builders/class_builder.py" -> "models.class_model";
    "src/ic03/builders/class_dependency_builder.py" -> "parsers.python_ast_parser";
    "src/ic03/builders/class_dependency_builder.py" -> "pathlib";
    "src/ic03/builders/class_dependency_builder.py" -> "repository.dependency_repository";
    "src/ic03/builders/class_dependency_builder.py" -> "visitors.class_dependency_visitor";
    "src/ic03/builders/code_builder.py" -> "models.code_model";
    "src/ic03/builders/dependency_builder.py" -> "ast";
    "src/ic03/builders/dependency_builder.py" -> "pathlib";
    "src/ic03/builders/dependency_builder.py" -> "src.ic03.repository.dependency_repository";
    "src/ic03/builders/dependency_builder.py" -> "src.ic03.visitors.import_visitor";
    "src/ic03/builders/function_builder.py" -> "models.function_model";
    "src/ic03/builders/method_builder.py" -> "models.method_model";
    "src/ic03/builders/module_builder.py" -> "src.ic03.models.module_model";
    "src/ic03/config.py" -> "pathlib";
    "src/ic03/demo_visitors.py" -> "parsers.python_ast_parser";
    "src/ic03/demo_visitors.py" -> "pathlib";
    "src/ic03/demo_visitors.py" -> "visitors.class_visitor";
    "src/ic03/demo_visitors.py" -> "visitors.function_visitor";
    "src/ic03/demo_visitors.py" -> "visitors.import_visitor";
    "src/ic03/demo_visitors.py" -> "visitors.method_visitor";
    "src/ic03/file_scanner.py" -> "config";
    "src/ic03/file_scanner.py" -> "datetime";
    "src/ic03/file_scanner.py" -> "models.source_file";
    "src/ic03/file_scanner.py" -> "pathlib";
    "src/ic03/interfaces/parser_interface.py" -> "abc";
    "src/ic03/interfaces/parser_interface.py" -> "ast";
    "src/ic03/interfaces/parser_interface.py" -> "pathlib";
    "src/ic03/interfaces/repository_interface.py" -> "abc";
    "src/ic03/interfaces/service_interface.py" -> "abc";
    "src/ic03/main.py" -> "pathlib";
+     "src/ic03/main.py" -> "src.ic03.reports.advanced_architecture_report";
    "src/ic03/main.py" -> "src.ic03.reports.architecture_metrics_report";
    "src/ic03/main.py" -> "src.ic03.reports.class_dependency_report";
    "src/ic03/main.py" -> "src.ic03.reports.dependency_report";
    "src/ic03/main.py" -> "src.ic03.reports.graph_traversal_report";
    "src/ic03/main.py" -> "src.ic03.reports.impact_analysis_report";
    "src/ic03/main.py" -> "src.ic03.reports.relationship_query_report";
+     "src/ic03/main.py" -> "src.ic03.services.advanced_architecture_analysis_service";
    "src/ic03/main.py" -> "src.ic03.services.architecture_metrics_service";
    "src/ic03/main.py" -> "src.ic03.services.class_dependency_analysis_service";
    "src/ic03/main.py" -> "src.ic03.services.dependency_analysis_service";
    "src/ic03/main.py" -> "src.ic03.services.dependency_visualization_service";
    "src/ic03/main.py" -> "src.ic03.services.graph_traversal_service";
    "src/ic03/main.py" -> "src.ic03.services.impact_analysis_service";
    "src/ic03/main.py" -> "src.ic03.services.project_analysis_service";
    "src/ic03/main.py" -> "src.ic03.services.relationship_query_service";
    "src/ic03/models/__init__.py" -> "dependency";
    "src/ic03/models/__init__.py" -> "dependency_type";
    "src/ic03/models/class_model.py" -> "dataclasses";
    "src/ic03/models/class_model.py" -> "method_model";
    "src/ic03/models/code_model.py" -> "dataclasses";
    "src/ic03/models/code_model.py" -> "module_model";
    "src/ic03/models/dependency.py" -> "dataclasses";
    "src/ic03/models/dependency_type.py" -> "enum";
    "src/ic03/models/function_model.py" -> "dataclasses";
    "src/ic03/models/method_model.py" -> "dataclasses";
    "src/ic03/models/module_model.py" -> "class_model";
    "src/ic03/models/module_model.py" -> "dataclasses";
    "src/ic03/models/module_model.py" -> "function_model";
    "src/ic03/models/relationship.py" -> "dataclasses";
    "src/ic03/models/relationship_type.py" -> "enum";
    "src/ic03/models/source_file.py" -> "dataclasses";
    "src/ic03/models/source_file.py" -> "datetime";
    "src/ic03/models/source_file.py" -> "pathlib";
    "src/ic03/parsers/python_ast_parser.py" -> "ast";
    "src/ic03/parsers/python_ast_parser.py" -> "pathlib";
    "src/ic03/parsers/python_ast_parser.py" -> "src.ic03.interfaces.parser_interface";
    "src/ic03/project_loader.py" -> "pathlib";
    "src/ic03/reports/class_dependency_report.py" -> "collections";
    "src/ic03/reports/class_dependency_report.py" -> "services.class_dependency_analysis_service";
    "src/ic03/reports/relationship_query_report.py" -> "src.ic03.services.relationship_query_service";
    "src/ic03/repository/class_repository.py" -> "models.class_model";
    "src/ic03/repository/code_repository.py" -> "models.code_model";
    "src/ic03/repository/dependency_repository.py" -> "src.ic03.models.dependency";
    "src/ic03/repository/dependency_repository.py" -> "typing";
    "src/ic03/repository/function_repository.py" -> "models.function_model";
    "src/ic03/repository/method_repository.py" -> "models.method_model";
    "src/ic03/repository/module_repository.py" -> "models.module_model";
    "src/ic03/repository/relationship_repository.py" -> "collections";
    "src/ic03/repository/relationship_repository.py" -> "src.ic03.models.relationship";
    "src/ic03/services/class_dependency_analysis_service.py" -> "builders.class_dependency_builder";
    "src/ic03/services/class_dependency_analysis_service.py" -> "pathlib";
    "src/ic03/services/class_dependency_analysis_service.py" -> "repository.dependency_repository";
    "src/ic03/services/code_service.py" -> "models.code_model";
    "src/ic03/services/code_service.py" -> "repository.code_repository";
    "src/ic03/services/dependency_analysis_service.py" -> "ast";
    "src/ic03/services/dependency_analysis_service.py" -> "collections";
    "src/ic03/services/dependency_analysis_service.py" -> "pathlib";
    "src/ic03/services/dependency_analysis_service.py" -> "src.ic03.analyzers.inheritance_builder";
    "src/ic03/services/dependency_analysis_service.py" -> "src.ic03.builders.dependency_builder";
    "src/ic03/services/dependency_analysis_service.py" -> "src.ic03.models.relationship";
    "src/ic03/services/dependency_analysis_service.py" -> "src.ic03.models.relationship_type";
    "src/ic03/services/dependency_analysis_service.py" -> "src.ic03.repository.dependency_repository";
    "src/ic03/services/dependency_analysis_service.py" -> "src.ic03.repository.relationship_repository";
    "src/ic03/services/dependency_analysis_service.py" -> "src.ic03.visitors.call_graph_visitor";
    "src/ic03/services/dependency_analysis_service.py" -> "src.ic03.visitors.class_visitor";
    "src/ic03/services/dependency_visualization_service.py" -> "pathlib";
    "src/ic03/services/dependency_visualization_service.py" -> "src.ic03.models.relationship_type";
    "src/ic03/services/graph_traversal_service.py" -> "collections";
    "src/ic03/services/project_analysis_service.py" -> "builders.class_builder";
    "src/ic03/services/project_analysis_service.py" -> "builders.code_builder";
    "src/ic03/services/project_analysis_service.py" -> "builders.function_builder";
    "src/ic03/services/project_analysis_service.py" -> "builders.method_builder";
    "src/ic03/services/project_analysis_service.py" -> "builders.module_builder";
    "src/ic03/services/project_analysis_service.py" -> "file_scanner";
    "src/ic03/services/project_analysis_service.py" -> "parsers.python_ast_parser";
    "src/ic03/services/project_analysis_service.py" -> "project_loader";
    "src/ic03/services/project_analysis_service.py" -> "repository.class_repository";
    "src/ic03/services/project_analysis_service.py" -> "repository.code_repository";
    "src/ic03/services/project_analysis_service.py" -> "repository.function_repository";
    "src/ic03/services/project_analysis_service.py" -> "repository.method_repository";
    "src/ic03/services/project_analysis_service.py" -> "repository.module_repository";
    "src/ic03/services/project_analysis_service.py" -> "visitors.class_visitor";
    "src/ic03/services/project_analysis_service.py" -> "visitors.function_visitor";
    "src/ic03/services/project_analysis_service.py" -> "visitors.import_visitor";
    "src/ic03/services/project_analysis_service.py" -> "visitors.method_visitor";
    "src/ic03/services/relationship_query_service.py" -> "collections";
    "src/ic03/services/relationship_query_service.py" -> "src.ic03.models.relationship_type";
    "src/ic03/services/relationship_query_service.py" -> "src.ic03.repository.relationship_repository";
    "src/ic03/services/search_service.py" -> "repository.class_repository";
    "src/ic03/services/search_service.py" -> "repository.function_repository";
    "src/ic03/services/search_service.py" -> "repository.method_repository";
    "src/ic03/services/temp_das.py" -> "ast";
    "src/ic03/services/temp_das.py" -> "collections";
    "src/ic03/services/temp_das.py" -> "pathlib";
    "src/ic03/services/temp_das.py" -> "src.ic03.analyzers.inheritance_builder";
    "src/ic03/services/temp_das.py" -> "src.ic03.builders.dependency_builder";
    "src/ic03/services/temp_das.py" -> "src.ic03.models.relationship";
    "src/ic03/services/temp_das.py" -> "src.ic03.models.relationship_type";
    "src/ic03/services/temp_das.py" -> "src.ic03.repository.dependency_repository";
    "src/ic03/services/temp_das.py" -> "src.ic03.repository.relationship_repository";
    "src/ic03/services/temp_das.py" -> "src.ic03.visitors.call_graph_visitor";
    "src/ic03/services/temp_das.py" -> "src.ic03.visitors.class_visitor";
    "src/ic03/temp_main.py" -> "pathlib";
+     "src/ic03/temp_main.py" -> "src.ic03.reports.architecture_metrics_report";
    "src/ic03/temp_main.py" -> "src.ic03.reports.class_dependency_report";
    "src/ic03/temp_main.py" -> "src.ic03.reports.dependency_report";
    "src/ic03/temp_main.py" -> "src.ic03.reports.graph_traversal_report";
    "src/ic03/temp_main.py" -> "src.ic03.reports.impact_analysis_report";
    "src/ic03/temp_main.py" -> "src.ic03.reports.relationship_query_report";
+     "src/ic03/temp_main.py" -> "src.ic03.services.architecture_metrics_service";
    "src/ic03/temp_main.py" -> "src.ic03.services.class_dependency_analysis_service";
    "src/ic03/temp_main.py" -> "src.ic03.services.dependency_analysis_service";
    "src/ic03/temp_main.py" -> "src.ic03.services.dependency_visualization_service";
    "src/ic03/temp_main.py" -> "src.ic03.services.graph_traversal_service";
    "src/ic03/temp_main.py" -> "src.ic03.services.impact_analysis_service";
    "src/ic03/temp_main.py" -> "src.ic03.services.project_analysis_service";
    "src/ic03/temp_main.py" -> "src.ic03.services.relationship_query_service";
    "src/ic03/tests/test_project_analysis_service.py" -> "services.project_analysis_service";
    "src/ic03/tests/test_repository.py" -> "models.code_model";
    "src/ic03/tests/test_repository.py" -> "repository.code_repository";
    "src/ic03/tests/test_services.py" -> "models.code_model";
    "src/ic03/tests/test_services.py" -> "services.code_service";
    "src/ic03/tests/test_services.py" -> "services.dependency_service";
    "src/ic03/tests/test_services.py" -> "services.search_service";
    "src/ic03/tests/test_visitors.py" -> "builders.class_builder";
    "src/ic03/tests/test_visitors.py" -> "builders.function_builder";
    "src/ic03/tests/test_visitors.py" -> "pathlib";
    "src/ic03/tests/test_visitors.py" -> "src.ic03.builders.code_builder";
    "src/ic03/tests/test_visitors.py" -> "src.ic03.builders.method_builder";
    "src/ic03/tests/test_visitors.py" -> "src.ic03.builders.module_builder";
    "src/ic03/tests/test_visitors.py" -> "src.ic03.parsers.python_ast_parser";
    "src/ic03/tests/test_visitors.py" -> "src.ic03.visitors.class_visitor";
    "src/ic03/tests/test_visitors.py" -> "src.ic03.visitors.function_visitor";
    "src/ic03/tests/test_visitors.py" -> "src.ic03.visitors.import_visitor";
    "src/ic03/tests/test_visitors.py" -> "src.ic03.visitors.method_visitor";
    "src/ic03/utils.py" -> "datetime";
    "src/ic03/visitors/annotation_visitor.py" -> "base_visitor";
    "src/ic03/visitors/assignment_visitor.py" -> "base_visitor";
    "src/ic03/visitors/base_visitor.py" -> "ast";
    "src/ic03/visitors/call_graph_visitor.py" -> "ast";
    "src/ic03/visitors/call_graph_visitor.py" -> "base_visitor";
    "src/ic03/visitors/call_graph_visitor.py" -> "models.dependency";
    "src/ic03/visitors/call_graph_visitor.py" -> "models.dependency_type";
    "src/ic03/visitors/class_dependency_visitor.py" -> "ast";
    "src/ic03/visitors/class_dependency_visitor.py" -> "base_visitor";
    "src/ic03/visitors/class_dependency_visitor.py" -> "models.dependency";
    "src/ic03/visitors/class_dependency_visitor.py" -> "models.dependency_type";
    "src/ic03/visitors/class_visitor.py" -> "ast";
    "src/ic03/visitors/class_visitor.py" -> "base_visitor";
    "src/ic03/visitors/class_visitor.py" -> "src.ic03.models.class_model";
    "src/ic03/visitors/complexity_visitor.py" -> "base_visitor";
    "src/ic03/visitors/dependency_visitor.py" -> "base_visitor";
    "src/ic03/visitors/docstring_visitor.py" -> "base_visitor";
    "src/ic03/visitors/exception_visitor.py" -> "visitors.base_visitor";
    "src/ic03/visitors/function_visitor.py" -> "base_visitor";
    "src/ic03/visitors/import_visitor.py" -> "ast";
    "src/ic03/visitors/import_visitor.py" -> "base_visitor";
    "src/ic03/visitors/import_visitor.py" -> "src.ic03.models.dependency";
    "src/ic03/visitors/import_visitor.py" -> "src.ic03.models.dependency_type";
    "src/ic03/visitors/inheritance_visitor.py" -> "ast";
    "src/ic03/visitors/inheritance_visitor.py" -> "base_visitor";
    "src/ic03/visitors/inheritance_visitor.py" -> "models.dependency";
    "src/ic03/visitors/inheritance_visitor.py" -> "models.dependency_type";
    "src/ic03/visitors/method_visitor.py" -> "ast";
    "src/ic03/visitors/method_visitor.py" -> "base_visitor";
    "src/ic03/visitors/variable_visitor.py" -> "base_visitor";
    "store_requirement" -> "add";
    "store_requirement" -> "encode";
    "store_requirement" -> "tolist";
    "summarize_requirement" -> "len";
    "test_age_boundary" -> "BoundaryValueGenerator";
    "test_age_boundary" -> "generate";
    "test_age_boundary" -> "len";
    "test_age_boundary" -> "print";
    "test_password_boundary" -> "BoundaryValueGenerator";
    "test_password_boundary" -> "generate";
    "test_password_boundary" -> "len";
    "test_password_boundary" -> "print";
    "test_quantity_boundary" -> "BoundaryValueGenerator";
    "test_quantity_boundary" -> "generate";
    "test_quantity_boundary" -> "len";
    "test_quantity_boundary" -> "print";
}
